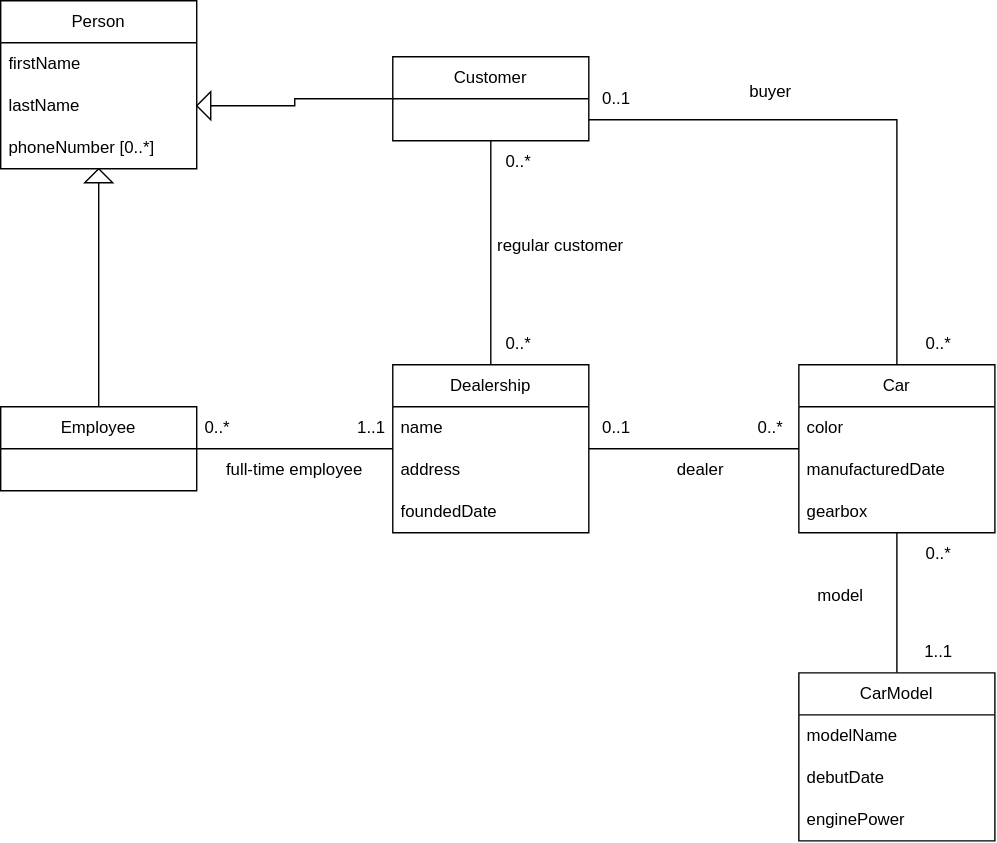
wdopen-nk/data-formats-hws keeps this draw.io diagram as hw1/domain.svg. Above is the earlier version. Source tidied: cells renumbered, new cells last; positions are measured from the earlier drawing's top-left corner, leaving out a move shared by most shapes. Source of this version:
```xml
<mxGraphModel>
  <root>
    <mxCell id="0" />
    <mxCell id="1" parent="0" />
    <mxCell id="2" value="Dealership" style="swimlane;fontStyle=0;horizontal=1;startSize=30;whiteSpace=wrap;html=1;" parent="1" vertex="1">
      <mxGeometry x="280" y="260" width="140" height="120" as="geometry" />
    </mxCell>
    <mxCell id="3" value="name" style="text;strokeColor=none;fillColor=none;align=left;verticalAlign=middle;spacingLeft=4;spacingRight=4;overflow=hidden;whiteSpace=wrap;html=1;" parent="2" vertex="1">
      <mxGeometry y="30" width="140" height="30" as="geometry" />
    </mxCell>
    <mxCell id="4" value="address" style="text;strokeColor=none;fillColor=none;align=left;verticalAlign=middle;spacingLeft=4;spacingRight=4;overflow=hidden;whiteSpace=wrap;html=1;" parent="2" vertex="1">
      <mxGeometry y="60" width="140" height="30" as="geometry" />
    </mxCell>
    <mxCell id="5" value="foundedDate" style="text;strokeColor=none;fillColor=none;align=left;verticalAlign=middle;spacingLeft=4;spacingRight=4;overflow=hidden;whiteSpace=wrap;html=1;" parent="2" vertex="1">
      <mxGeometry y="90" width="140" height="30" as="geometry" />
    </mxCell>
    <mxCell id="6" style="edgeStyle=orthogonalEdgeStyle;rounded=0;jettySize=auto;html=1;entryX=0;entryY=0.5;entryDx=0;entryDy=0;endArrow=none;endFill=0;" parent="1" edge="1" source="7" target="2">
      <mxGeometry relative="1" as="geometry" />
    </mxCell>
    <mxCell id="7" value="Employee" style="swimlane;fontStyle=0;horizontal=1;startSize=30;whiteSpace=wrap;html=1;" parent="1" vertex="1">
      <mxGeometry y="290" width="140" height="60" as="geometry" />
    </mxCell>
    <mxCell id="8" style="edgeStyle=orthogonalEdgeStyle;rounded=0;jettySize=auto;html=1;exitX=0.5;exitY=1;exitDx=0;exitDy=0;entryX=0.5;entryY=0;entryDx=0;entryDy=0;endArrow=none;endFill=0;" parent="1" edge="1" source="10" target="2">
      <mxGeometry relative="1" as="geometry" />
    </mxCell>
    <mxCell id="9" style="edgeStyle=orthogonalEdgeStyle;rounded=0;jettySize=auto;html=1;exitX=0;exitY=0.5;exitDx=0;exitDy=0;entryX=1;entryY=0.5;entryDx=0;entryDy=0;" parent="1" edge="1" source="10" target="13">
      <mxGeometry relative="1" as="geometry" />
    </mxCell>
    <mxCell id="10" value="Customer" style="swimlane;fontStyle=0;horizontal=1;startSize=30;whiteSpace=wrap;html=1;" parent="1" vertex="1">
      <mxGeometry x="280" y="40" width="140" height="60" as="geometry" />
    </mxCell>
    <mxCell id="11" value="Person" style="swimlane;fontStyle=0;horizontal=1;startSize=30;whiteSpace=wrap;html=1;" parent="1" vertex="1">
      <mxGeometry width="140" height="120" as="geometry" />
    </mxCell>
    <mxCell id="12" value="firstName" style="text;strokeColor=none;fillColor=none;align=left;verticalAlign=middle;spacingLeft=4;spacingRight=4;overflow=hidden;whiteSpace=wrap;html=1;" parent="11" vertex="1">
      <mxGeometry y="30" width="140" height="30" as="geometry" />
    </mxCell>
    <mxCell id="13" value="lastName" style="text;strokeColor=none;fillColor=none;align=left;verticalAlign=middle;spacingLeft=4;spacingRight=4;overflow=hidden;points=[[0,0.5],[1,0.5]];portConstraint=eastwest;whiteSpace=wrap;html=1;" parent="11" vertex="1">
      <mxGeometry y="60" width="140" height="30" as="geometry" />
    </mxCell>
    <mxCell id="14" value="&lt;div&gt;phoneNumber [0..*]&lt;/div&gt;" style="text;strokeColor=none;fillColor=none;align=left;verticalAlign=middle;spacingLeft=4;spacingRight=4;overflow=hidden;whiteSpace=wrap;html=1;" parent="11" vertex="1">
      <mxGeometry y="90" width="140" height="30" as="geometry" />
    </mxCell>
    <mxCell id="15" style="edgeStyle=orthogonalEdgeStyle;rounded=0;jettySize=auto;html=1;entryX=1;entryY=0.5;entryDx=0;entryDy=0;endArrow=none;endFill=0;" parent="1" edge="1" source="16" target="2">
      <mxGeometry relative="1" as="geometry" />
    </mxCell>
    <mxCell id="16" value="Car" style="swimlane;fontStyle=0;horizontal=1;startSize=30;whiteSpace=wrap;html=1;" parent="1" vertex="1">
      <mxGeometry x="570" y="260" width="140" height="120" as="geometry" />
    </mxCell>
    <mxCell id="17" value="color" style="text;strokeColor=none;fillColor=none;align=left;verticalAlign=middle;spacingLeft=4;spacingRight=4;overflow=hidden;whiteSpace=wrap;html=1;" parent="16" vertex="1">
      <mxGeometry y="30" width="140" height="30" as="geometry" />
    </mxCell>
    <mxCell id="18" value="manufacturedDate" style="text;strokeColor=none;fillColor=none;align=left;verticalAlign=middle;spacingLeft=4;spacingRight=4;overflow=hidden;whiteSpace=wrap;html=1;" parent="16" vertex="1">
      <mxGeometry y="60" width="140" height="30" as="geometry" />
    </mxCell>
    <mxCell id="19" value="gearbox" style="text;strokeColor=none;fillColor=none;align=left;verticalAlign=middle;spacingLeft=4;spacingRight=4;overflow=hidden;whiteSpace=wrap;html=1;" parent="16" vertex="1">
      <mxGeometry y="90" width="140" height="30" as="geometry" />
    </mxCell>
    <mxCell id="20" style="edgeStyle=orthogonalEdgeStyle;rounded=0;jettySize=auto;html=1;endArrow=none;endFill=0;" parent="1" edge="1" source="21" target="16">
      <mxGeometry relative="1" as="geometry" />
    </mxCell>
    <mxCell id="21" value="CarModel" style="swimlane;fontStyle=0;horizontal=1;startSize=30;whiteSpace=wrap;html=1;" parent="1" vertex="1">
      <mxGeometry x="570" y="480" width="140" height="120" as="geometry" />
    </mxCell>
    <mxCell id="22" value="modelName" style="text;strokeColor=none;fillColor=none;align=left;verticalAlign=middle;spacingLeft=4;spacingRight=4;overflow=hidden;whiteSpace=wrap;html=1;" parent="21" vertex="1">
      <mxGeometry y="30" width="140" height="30" as="geometry" />
    </mxCell>
    <mxCell id="23" value="debutDate" style="text;strokeColor=none;fillColor=none;align=left;verticalAlign=middle;spacingLeft=4;spacingRight=4;overflow=hidden;whiteSpace=wrap;html=1;" parent="21" vertex="1">
      <mxGeometry y="60" width="140" height="30" as="geometry" />
    </mxCell>
    <mxCell id="24" value="enginePower" style="text;strokeColor=none;fillColor=none;align=left;verticalAlign=middle;spacingLeft=4;spacingRight=4;overflow=hidden;whiteSpace=wrap;html=1;" parent="21" vertex="1">
      <mxGeometry y="90" width="140" height="30" as="geometry" />
    </mxCell>
    <mxCell id="25" value="&lt;div&gt;0..*&lt;/div&gt;" style="text;html=1;whiteSpace=wrap;strokeColor=none;fillColor=none;align=center;verticalAlign=middle;rounded=0;" parent="1" vertex="1">
      <mxGeometry x="130" y="290" width="50" height="30" as="geometry" />
    </mxCell>
    <mxCell id="26" value="1..1" style="text;html=1;whiteSpace=wrap;strokeColor=none;fillColor=none;align=center;verticalAlign=middle;rounded=0;" parent="1" vertex="1">
      <mxGeometry x="240" y="290" width="50" height="30" as="geometry" />
    </mxCell>
    <mxCell id="27" value="full-time employee" style="text;html=1;whiteSpace=wrap;strokeColor=none;fillColor=none;align=center;verticalAlign=middle;rounded=0;" parent="1" vertex="1">
      <mxGeometry x="160" y="320" width="100" height="30" as="geometry" />
    </mxCell>
    <mxCell id="28" value="0..*" style="text;html=1;whiteSpace=wrap;strokeColor=none;fillColor=none;align=center;verticalAlign=middle;rounded=0;" parent="1" vertex="1">
      <mxGeometry x="340" y="100" width="60" height="30" as="geometry" />
    </mxCell>
    <mxCell id="29" value="0..*" style="text;html=1;whiteSpace=wrap;strokeColor=none;fillColor=none;align=center;verticalAlign=middle;rounded=0;" parent="1" vertex="1">
      <mxGeometry x="340" y="230" width="60" height="30" as="geometry" />
    </mxCell>
    <mxCell id="30" value="0..*" style="text;html=1;whiteSpace=wrap;strokeColor=none;fillColor=none;align=center;verticalAlign=middle;rounded=0;" parent="1" vertex="1">
      <mxGeometry x="520" y="290" width="60" height="30" as="geometry" />
    </mxCell>
    <mxCell id="31" value="&lt;div&gt;0..1&lt;/div&gt;" style="text;html=1;whiteSpace=wrap;strokeColor=none;fillColor=none;align=center;verticalAlign=middle;rounded=0;" parent="1" vertex="1">
      <mxGeometry x="410" y="290" width="60" height="30" as="geometry" />
    </mxCell>
    <mxCell id="32" value="1..1" style="text;html=1;whiteSpace=wrap;strokeColor=none;fillColor=none;align=center;verticalAlign=middle;rounded=0;" parent="1" vertex="1">
      <mxGeometry x="640" y="450" width="60" height="30" as="geometry" />
    </mxCell>
    <mxCell id="33" value="0..*" style="text;html=1;whiteSpace=wrap;strokeColor=none;fillColor=none;align=center;verticalAlign=middle;rounded=0;" parent="1" vertex="1">
      <mxGeometry x="640" y="380" width="60" height="30" as="geometry" />
    </mxCell>
    <mxCell id="34" value="dealer" style="text;html=1;whiteSpace=wrap;strokeColor=none;fillColor=none;align=center;verticalAlign=middle;rounded=0;" parent="1" vertex="1">
      <mxGeometry x="470" y="320" width="60" height="30" as="geometry" />
    </mxCell>
    <mxCell id="35" value="model" style="text;html=1;whiteSpace=wrap;strokeColor=none;fillColor=none;align=center;verticalAlign=middle;rounded=0;" parent="1" vertex="1">
      <mxGeometry x="570" y="410" width="60" height="30" as="geometry" />
    </mxCell>
    <mxCell id="36" style="edgeStyle=orthogonalEdgeStyle;rounded=0;jettySize=auto;html=1;exitX=1;exitY=0.5;exitDx=0;exitDy=0;entryX=0.5;entryY=0;entryDx=0;entryDy=0;endArrow=none;endFill=0;" parent="1" edge="1" target="16">
      <mxGeometry relative="1" as="geometry">
        <mxPoint x="420" y="85" as="sourcePoint" />
      </mxGeometry>
    </mxCell>
    <mxCell id="37" value="buyer" style="text;html=1;whiteSpace=wrap;strokeColor=none;fillColor=none;align=center;verticalAlign=middle;rounded=0;" parent="1" vertex="1">
      <mxGeometry x="520" y="50" width="60" height="30" as="geometry" />
    </mxCell>
    <mxCell id="38" value="0..*" style="text;html=1;whiteSpace=wrap;strokeColor=none;fillColor=none;align=center;verticalAlign=middle;rounded=0;" parent="1" vertex="1">
      <mxGeometry x="640" y="230" width="60" height="30" as="geometry" />
    </mxCell>
    <mxCell id="39" value="&lt;div&gt;regular customer&lt;/div&gt;" style="text;html=1;whiteSpace=wrap;strokeColor=none;fillColor=none;align=center;verticalAlign=middle;rounded=0;" parent="1" vertex="1">
      <mxGeometry x="350" y="160" width="100" height="30" as="geometry" />
    </mxCell>
    <mxCell id="40" value="&lt;div&gt;0..1&lt;/div&gt;" style="text;html=1;whiteSpace=wrap;strokeColor=none;fillColor=none;align=center;verticalAlign=middle;rounded=0;" parent="1" vertex="1">
      <mxGeometry x="415" y="55" width="50" height="30" as="geometry" />
    </mxCell>
    <mxCell id="41" style="triangle;whiteSpace=wrap;html=1;shapeInside=1;rotation=-180;" parent="1" vertex="1">
      <mxGeometry x="140" y="65" width="10" height="20" as="geometry" />
    </mxCell>
    <mxCell id="42" style="edgeStyle=orthogonalEdgeStyle;rounded=0;jettySize=auto;html=1;exitX=0.5;exitY=0;exitDx=0;exitDy=0;entryX=0.5;entryY=1;entryDx=0;entryDy=0;" parent="1" edge="1" source="7" target="11">
      <mxGeometry x="-0.18" relative="1" as="geometry" />
    </mxCell>
    <mxCell id="43" style="triangle;whiteSpace=wrap;html=1;shapeInside=1;rotation=-90;" parent="1" vertex="1">
      <mxGeometry x="65" y="115" width="10" height="20" as="geometry" />
    </mxCell>
  </root>
</mxGraphModel>
```
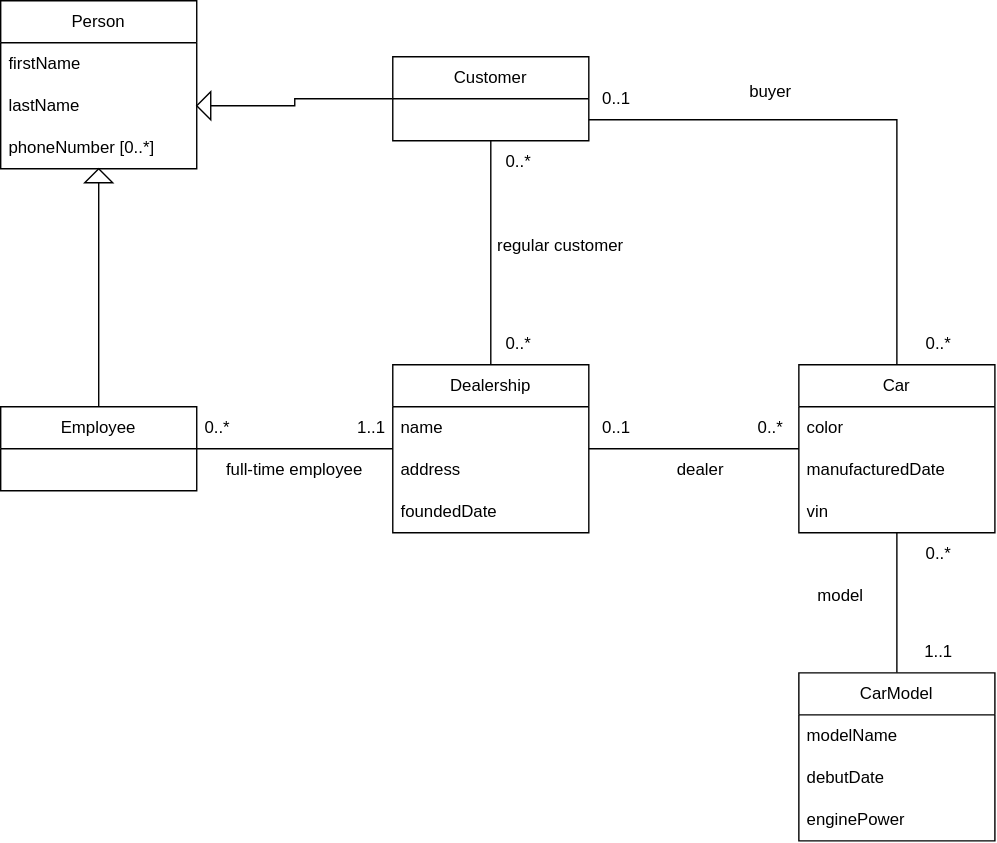
After the change.

Commit message:
added agents.txt, gearbox changed to vin

The edit, as a diff of the source:
```diff
@@ -53,7 +53,7 @@
     <mxCell id="18" value="manufacturedDate" style="text;strokeColor=none;fillColor=none;align=left;verticalAlign=middle;spacingLeft=4;spacingRight=4;overflow=hidden;whiteSpace=wrap;html=1;" parent="16" vertex="1">
       <mxGeometry y="60" width="140" height="30" as="geometry" />
     </mxCell>
-    <mxCell id="19" value="gearbox" style="text;strokeColor=none;fillColor=none;align=left;verticalAlign=middle;spacingLeft=4;spacingRight=4;overflow=hidden;whiteSpace=wrap;html=1;" parent="16" vertex="1">
+    <mxCell id="19" value="vin" style="text;strokeColor=none;fillColor=none;align=left;verticalAlign=middle;spacingLeft=4;spacingRight=4;overflow=hidden;whiteSpace=wrap;html=1;" parent="16" vertex="1">
       <mxGeometry y="90" width="140" height="30" as="geometry" />
     </mxCell>
     <mxCell id="20" style="edgeStyle=orthogonalEdgeStyle;rounded=0;jettySize=auto;html=1;endArrow=none;endFill=0;" parent="1" edge="1" source="21" target="16">
```
